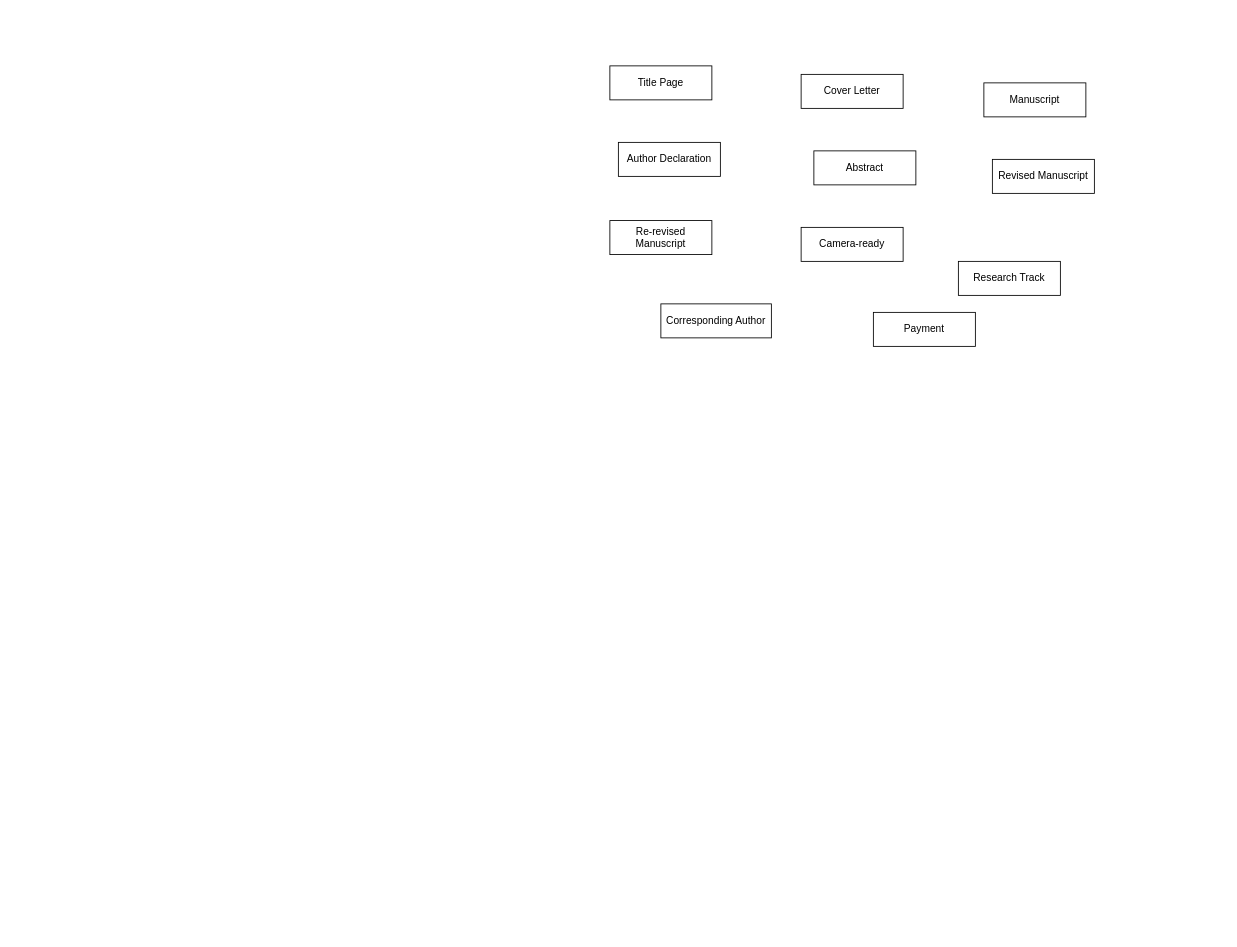
Earlier version of the draw.io diagram UML Diagram/ER Diagram/ER Diagram for Corresponding author's activities/ER Diagram for Corresponding author's activities.drawio (KavinduAmalka/Conference-Management-System). Source tidied: cells renumbered, new cells numbered last; positions are measured from the earlier drawing's top-left corner, leaving out a move shared by most shapes. Both pictures are drawn from the tidied source at 85%, with x=0, y=0 at pixel (609, 65).
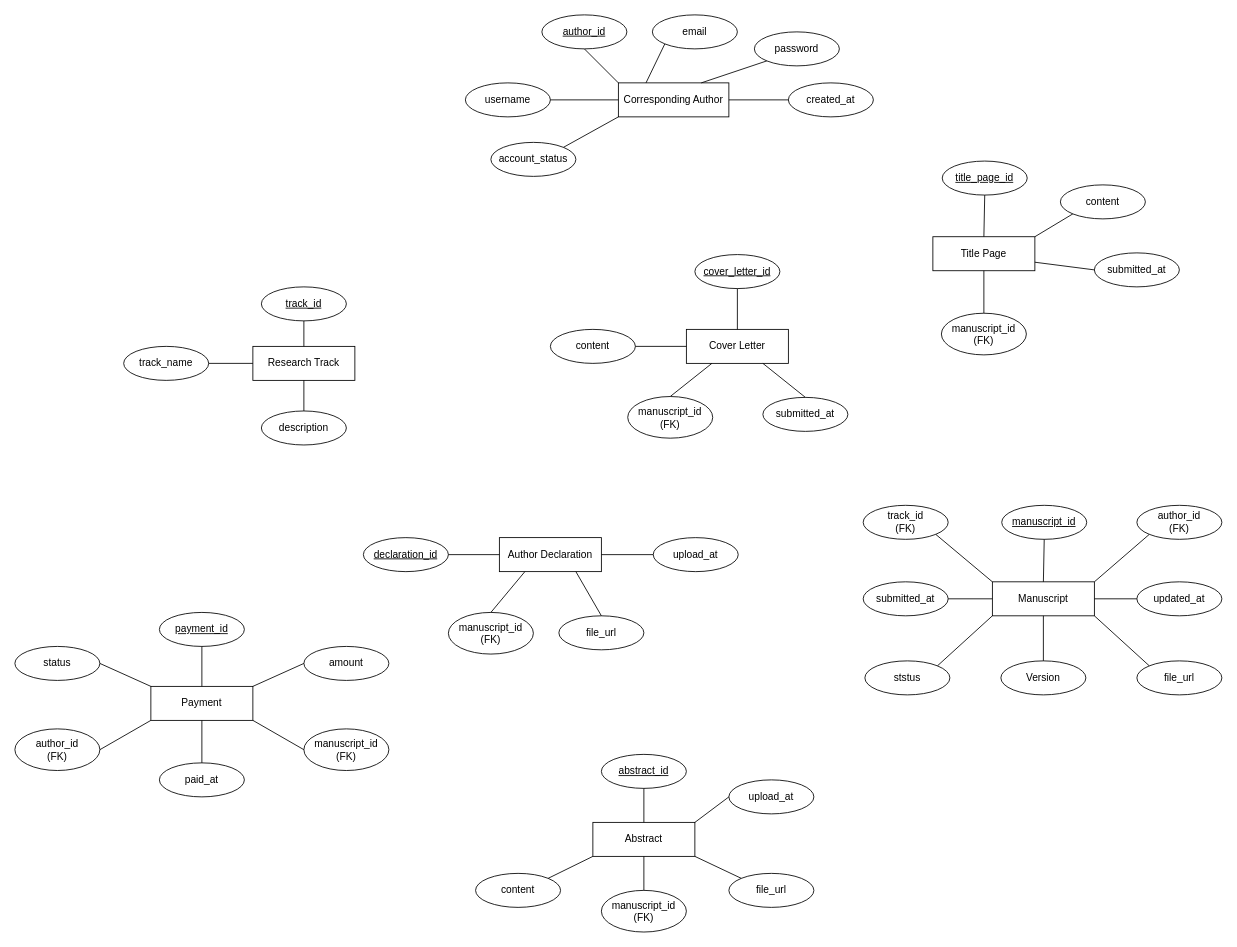
The same diagram, later.

Commit message:
Add the attributes to the entities

What changed in the source:
```diff
@@
     <mxCell id="2" value="Title Page" style="whiteSpace=wrap;html=1;align=center;" parent="1" vertex="1">
-      <mxGeometry width="120" height="40" as="geometry" />
+      <mxGeometry x="380" y="201" width="120" height="40" as="geometry" />
     </mxCell>
     <mxCell id="3" value="Cover Letter" style="whiteSpace=wrap;html=1;align=center;" parent="1" vertex="1">
-      <mxGeometry x="225" y="10" width="120" height="40" as="geometry" />
+      <mxGeometry x="90" y="310" width="120" height="40" as="geometry" />
     </mxCell>
     <mxCell id="4" value="Author Declaration" style="whiteSpace=wrap;html=1;align=center;" parent="1" vertex="1">
-      <mxGeometry x="10" y="90" width="120" height="40" as="geometry" />
+      <mxGeometry x="-130" y="555" width="120" height="40" as="geometry" />
     </mxCell>
     <mxCell id="5" value="Abstract" style="whiteSpace=wrap;html=1;align=center;" parent="1" vertex="1">
-      <mxGeometry x="240" y="100" width="120" height="40" as="geometry" />
+      <mxGeometry x="-20" y="890" width="120" height="40" as="geometry" />
     </mxCell>
     <mxCell id="6" value="Manuscript" style="whiteSpace=wrap;html=1;align=center;" parent="1" vertex="1">
-      <mxGeometry x="440" y="20" width="120" height="40" as="geometry" />
+      <mxGeometry x="450" y="607" width="120" height="40" as="geometry" />
     </mxCell>
-    <mxCell id="7" value="Revised Manuscript" style="whiteSpace=wrap;html=1;align=center;" parent="1" vertex="1">
-      <mxGeometry x="450" y="110" width="120" height="40" as="geometry" />
-    </mxCell>
-    <mxCell id="8" value="Re-revised Manuscript" style="whiteSpace=wrap;html=1;align=center;" parent="1" vertex="1">
-      <mxGeometry y="182" width="120" height="40" as="geometry" />
-    </mxCell>
-    <mxCell id="9" value="Camera-ready" style="whiteSpace=wrap;html=1;align=center;" parent="1" vertex="1">
-      <mxGeometry x="225" y="190" width="120" height="40" as="geometry" />
-    </mxCell>
     <mxCell id="10" value="Research Track" style="whiteSpace=wrap;html=1;align=center;" parent="1" vertex="1">
-      <mxGeometry x="410" y="230" width="120" height="40" as="geometry" />
+      <mxGeometry x="-420" y="330" width="120" height="40" as="geometry" />
     </mxCell>
     <mxCell id="11" value="Corresponding Author" style="whiteSpace=wrap;html=1;align=center;" parent="1" vertex="1">
-      <mxGeometry x="60" y="280" width="130" height="40" as="geometry" />
+      <mxGeometry x="10" y="20" width="130" height="40" as="geometry" />
     </mxCell>
     <mxCell id="12" value="Payment" style="whiteSpace=wrap;html=1;align=center;" parent="1" vertex="1">
-      <mxGeometry x="310" y="290" width="120" height="40" as="geometry" />
+      <mxGeometry x="-540" y="730" width="120" height="40" as="geometry" />
     </mxCell>
+    <mxCell id="13" value="author_id" style="ellipse;whiteSpace=wrap;html=1;align=center;fontStyle=4;" parent="1" vertex="1">
+      <mxGeometry x="-80" y="-60" width="100" height="40" as="geometry" />
+    </mxCell>
+    <mxCell id="14" style="endArrow=none;html=1;rounded=0;exitX=0.5;exitY=1;exitDx=0;exitDy=0;entryX=0;entryY=0;entryDx=0;entryDy=0;" parent="1" edge="1" source="13" target="11">
+      <mxGeometry relative="1" as="geometry" />
+    </mxCell>
+    <mxCell id="15" value="email" style="ellipse;whiteSpace=wrap;html=1;align=center;" parent="1" vertex="1">
+      <mxGeometry x="50" y="-60" width="100" height="40" as="geometry" />
+    </mxCell>
+    <mxCell id="16" value="password" style="ellipse;whiteSpace=wrap;html=1;align=center;" parent="1" vertex="1">
+      <mxGeometry x="170" y="-40" width="100" height="40" as="geometry" />
+    </mxCell>
+    <mxCell id="17" style="endArrow=none;html=1;rounded=0;exitX=0.25;exitY=0;exitDx=0;exitDy=0;entryX=0;entryY=1;entryDx=0;entryDy=0;" parent="1" edge="1" source="11" target="15">
+      <mxGeometry relative="1" as="geometry" />
+    </mxCell>
+    <mxCell id="18" style="endArrow=none;html=1;rounded=0;exitX=0.75;exitY=0;exitDx=0;exitDy=0;entryX=0;entryY=1;entryDx=0;entryDy=0;" parent="1" edge="1" source="11" target="16">
+      <mxGeometry relative="1" as="geometry" />
+    </mxCell>
+    <mxCell id="19" value="username" style="ellipse;whiteSpace=wrap;html=1;align=center;" parent="1" vertex="1">
+      <mxGeometry x="-170" y="20" width="100" height="40" as="geometry" />
+    </mxCell>
+    <mxCell id="20" style="endArrow=none;html=1;rounded=0;exitX=1;exitY=0.5;exitDx=0;exitDy=0;entryX=0;entryY=0.5;entryDx=0;entryDy=0;" parent="1" edge="1" source="19" target="11">
+      <mxGeometry relative="1" as="geometry" />
+    </mxCell>
+    <mxCell id="21" value="account_status" style="ellipse;whiteSpace=wrap;html=1;align=center;" parent="1" vertex="1">
+      <mxGeometry x="-140" y="90" width="100" height="40" as="geometry" />
+    </mxCell>
+    <mxCell id="22" style="endArrow=none;html=1;rounded=0;exitX=1;exitY=0;exitDx=0;exitDy=0;entryX=0;entryY=1;entryDx=0;entryDy=0;" parent="1" edge="1" source="21" target="11">
+      <mxGeometry relative="1" as="geometry" />
+    </mxCell>
+    <mxCell id="23" value="created_at" style="ellipse;whiteSpace=wrap;html=1;align=center;" parent="1" vertex="1">
+      <mxGeometry x="210" y="20" width="100" height="40" as="geometry" />
+    </mxCell>
+    <mxCell id="24" style="endArrow=none;html=1;rounded=0;exitX=1;exitY=0.5;exitDx=0;exitDy=0;entryX=0;entryY=0.5;entryDx=0;entryDy=0;" parent="1" edge="1" source="11" target="23">
+      <mxGeometry relative="1" as="geometry" />
+    </mxCell>
+    <mxCell id="25" value="title_page_id" style="ellipse;whiteSpace=wrap;html=1;align=center;fontStyle=4;" parent="1" vertex="1">
+      <mxGeometry x="391" y="112" width="100" height="40" as="geometry" />
+    </mxCell>
+    <mxCell id="26" style="endArrow=none;html=1;rounded=0;entryX=0.5;entryY=0;entryDx=0;entryDy=0;exitX=0.5;exitY=1;exitDx=0;exitDy=0;" parent="1" edge="1" source="25" target="2">
+      <mxGeometry relative="1" as="geometry" />
+    </mxCell>
+    <mxCell id="27" value="content" style="ellipse;whiteSpace=wrap;html=1;align=center;" parent="1" vertex="1">
+      <mxGeometry x="530" y="140" width="100" height="40" as="geometry" />
+    </mxCell>
+    <mxCell id="28" style="endArrow=none;html=1;rounded=0;entryX=1;entryY=0;entryDx=0;entryDy=0;exitX=0;exitY=1;exitDx=0;exitDy=0;" parent="1" edge="1" source="27" target="2">
+      <mxGeometry relative="1" as="geometry" />
+    </mxCell>
+    <mxCell id="29" value="submitted_at" style="ellipse;whiteSpace=wrap;html=1;align=center;" parent="1" vertex="1">
+      <mxGeometry x="570" y="220" width="100" height="40" as="geometry" />
+    </mxCell>
+    <mxCell id="30" style="endArrow=none;html=1;rounded=0;entryX=0;entryY=0.5;entryDx=0;entryDy=0;exitX=1;exitY=0.75;exitDx=0;exitDy=0;" parent="1" edge="1" source="2" target="29">
+      <mxGeometry relative="1" as="geometry" />
+    </mxCell>
+    <mxCell id="31" style="endArrow=none;html=1;rounded=0;entryX=0.5;entryY=0;entryDx=0;entryDy=0;exitX=0.5;exitY=1;exitDx=0;exitDy=0;" parent="1" edge="1" source="2" target="47">
+      <mxGeometry relative="1" as="geometry" />
+    </mxCell>
+    <mxCell id="32" value="cover_letter_id" style="ellipse;whiteSpace=wrap;html=1;align=center;fontStyle=4;" parent="1" vertex="1">
+      <mxGeometry x="100" y="222" width="100" height="40" as="geometry" />
+    </mxCell>
+    <mxCell id="33" style="endArrow=none;html=1;rounded=0;exitX=0.5;exitY=0;exitDx=0;exitDy=0;entryX=0.5;entryY=1;entryDx=0;entryDy=0;" parent="1" edge="1" source="3" target="32">
+      <mxGeometry relative="1" as="geometry" />
+    </mxCell>
+    <mxCell id="34" value="content" style="ellipse;whiteSpace=wrap;html=1;align=center;" parent="1" vertex="1">
+      <mxGeometry x="-70" y="310" width="100" height="40" as="geometry" />
+    </mxCell>
+    <mxCell id="35" style="endArrow=none;html=1;rounded=0;exitX=1;exitY=0.5;exitDx=0;exitDy=0;entryX=0;entryY=0.5;entryDx=0;entryDy=0;" parent="1" edge="1" source="34" target="3">
+      <mxGeometry relative="1" as="geometry" />
+    </mxCell>
+    <mxCell id="36" style="endArrow=none;html=1;rounded=0;exitX=0.25;exitY=1;exitDx=0;exitDy=0;entryX=0.5;entryY=0;entryDx=0;entryDy=0;" parent="1" edge="1" source="3" target="62">
+      <mxGeometry relative="1" as="geometry" />
+    </mxCell>
+    <mxCell id="37" value="submitted_at" style="ellipse;whiteSpace=wrap;html=1;align=center;" parent="1" vertex="1">
+      <mxGeometry x="180" y="390" width="100" height="40" as="geometry" />
+    </mxCell>
+    <mxCell id="38" style="endArrow=none;html=1;rounded=0;exitX=0.75;exitY=1;exitDx=0;exitDy=0;entryX=0.5;entryY=0;entryDx=0;entryDy=0;" parent="1" edge="1" source="3" target="37">
+      <mxGeometry relative="1" as="geometry" />
+    </mxCell>
+    <mxCell id="39" value="track_id" style="ellipse;whiteSpace=wrap;html=1;align=center;fontStyle=4;" parent="1" vertex="1">
+      <mxGeometry x="-410" y="260" width="100" height="40" as="geometry" />
+    </mxCell>
+    <mxCell id="40" value="track_name" style="ellipse;whiteSpace=wrap;html=1;align=center;" parent="1" vertex="1">
+      <mxGeometry x="-572" y="330" width="100" height="40" as="geometry" />
+    </mxCell>
+    <mxCell id="41" style="endArrow=none;html=1;rounded=0;exitX=1;exitY=0.5;exitDx=0;exitDy=0;entryX=0;entryY=0.5;entryDx=0;entryDy=0;" parent="1" edge="1" source="40" target="10">
+      <mxGeometry relative="1" as="geometry" />
+    </mxCell>
+    <mxCell id="42" style="endArrow=none;html=1;rounded=0;entryX=0.5;entryY=1;entryDx=0;entryDy=0;exitX=0.5;exitY=0;exitDx=0;exitDy=0;" parent="1" edge="1" source="10" target="39">
+      <mxGeometry relative="1" as="geometry" />
+    </mxCell>
+    <mxCell id="43" value="description" style="ellipse;whiteSpace=wrap;html=1;align=center;" parent="1" vertex="1">
+      <mxGeometry x="-410" y="406" width="100" height="40" as="geometry" />
+    </mxCell>
+    <mxCell id="44" style="endArrow=none;html=1;rounded=0;exitX=0.5;exitY=0;exitDx=0;exitDy=0;entryX=0.5;entryY=1;entryDx=0;entryDy=0;" parent="1" edge="1" source="43" target="10">
+      <mxGeometry relative="1" as="geometry" />
+    </mxCell>
+    <mxCell id="45" value="declaration_id" style="ellipse;whiteSpace=wrap;html=1;align=center;fontStyle=4;" parent="1" vertex="1">
+      <mxGeometry x="-290" y="555" width="100" height="40" as="geometry" />
+    </mxCell>
+    <mxCell id="46" style="endArrow=none;html=1;rounded=0;exitX=1;exitY=0.5;exitDx=0;exitDy=0;entryX=0;entryY=0.5;entryDx=0;entryDy=0;" parent="1" edge="1" source="45" target="4">
+      <mxGeometry relative="1" as="geometry" />
+    </mxCell>
+    <mxCell id="47" value="manuscript_id&lt;div&gt;(FK)&lt;/div&gt;" style="ellipse;whiteSpace=wrap;html=1;align=center;" parent="1" vertex="1">
+      <mxGeometry x="390" y="291" width="100" height="49" as="geometry" />
+    </mxCell>
+    <mxCell id="48" style="endArrow=none;html=1;rounded=0;exitX=0.5;exitY=0;exitDx=0;exitDy=0;entryX=0.25;entryY=1;entryDx=0;entryDy=0;" parent="1" edge="1" source="63" target="4">
+      <mxGeometry relative="1" as="geometry" />
+    </mxCell>
+    <mxCell id="49" value="file_url" style="ellipse;whiteSpace=wrap;html=1;align=center;" parent="1" vertex="1">
+      <mxGeometry x="-60" y="647" width="100" height="40" as="geometry" />
+    </mxCell>
+    <mxCell id="50" style="endArrow=none;html=1;rounded=0;entryX=0.5;entryY=0;entryDx=0;entryDy=0;exitX=0.75;exitY=1;exitDx=0;exitDy=0;" parent="1" edge="1" source="4" target="49">
+      <mxGeometry relative="1" as="geometry" />
+    </mxCell>
+    <mxCell id="51" value="upload_at" style="ellipse;whiteSpace=wrap;html=1;align=center;" parent="1" vertex="1">
+      <mxGeometry x="51" y="555" width="100" height="40" as="geometry" />
+    </mxCell>
+    <mxCell id="52" style="endArrow=none;html=1;rounded=0;entryX=0;entryY=0.5;entryDx=0;entryDy=0;exitX=1;exitY=0.5;exitDx=0;exitDy=0;" parent="1" edge="1" source="4" target="51">
+      <mxGeometry relative="1" as="geometry" />
+    </mxCell>
+    <mxCell id="53" value="file_url" style="ellipse;whiteSpace=wrap;html=1;align=center;" parent="1" vertex="1">
+      <mxGeometry x="140" y="950" width="100" height="40" as="geometry" />
+    </mxCell>
+    <mxCell id="54" value="upload_at" style="ellipse;whiteSpace=wrap;html=1;align=center;" parent="1" vertex="1">
+      <mxGeometry x="140" y="840" width="100" height="40" as="geometry" />
+    </mxCell>
+    <mxCell id="55" value="content" style="ellipse;whiteSpace=wrap;html=1;align=center;" parent="1" vertex="1">
+      <mxGeometry x="-158" y="950" width="100" height="40" as="geometry" />
+    </mxCell>
+    <mxCell id="56" value="abstract_id" style="ellipse;whiteSpace=wrap;html=1;align=center;fontStyle=4;" parent="1" vertex="1">
+      <mxGeometry x="-10" y="810" width="100" height="40" as="geometry" />
+    </mxCell>
+    <mxCell id="57" style="endArrow=none;html=1;rounded=0;entryX=0.5;entryY=0;entryDx=0;entryDy=0;exitX=0.5;exitY=1;exitDx=0;exitDy=0;" parent="1" edge="1" source="56" target="5">
+      <mxGeometry relative="1" as="geometry" />
+    </mxCell>
+    <mxCell id="58" style="endArrow=none;html=1;rounded=0;entryX=0;entryY=0.5;entryDx=0;entryDy=0;exitX=1;exitY=0;exitDx=0;exitDy=0;" parent="1" edge="1" source="5" target="54">
+      <mxGeometry relative="1" as="geometry" />
+    </mxCell>
+    <mxCell id="59" style="endArrow=none;html=1;rounded=0;entryX=0;entryY=0;entryDx=0;entryDy=0;exitX=1;exitY=1;exitDx=0;exitDy=0;" parent="1" edge="1" source="5" target="53">
+      <mxGeometry relative="1" as="geometry" />
+    </mxCell>
+    <mxCell id="60" style="endArrow=none;html=1;rounded=0;entryX=0.5;entryY=0;entryDx=0;entryDy=0;exitX=0.5;exitY=1;exitDx=0;exitDy=0;" parent="1" edge="1" source="5" target="64">
+      <mxGeometry relative="1" as="geometry" />
+    </mxCell>
+    <mxCell id="61" style="endArrow=none;html=1;rounded=0;entryX=0;entryY=1;entryDx=0;entryDy=0;exitX=1;exitY=0;exitDx=0;exitDy=0;" parent="1" edge="1" source="55" target="5">
+      <mxGeometry relative="1" as="geometry" />
+    </mxCell>
+    <mxCell id="62" value="manuscript_id&lt;div&gt;(FK)&lt;/div&gt;" style="ellipse;whiteSpace=wrap;html=1;align=center;" parent="1" vertex="1">
+      <mxGeometry x="21" y="389" width="100" height="49" as="geometry" />
+    </mxCell>
+    <mxCell id="63" value="manuscript_id&lt;div&gt;(FK)&lt;/div&gt;" style="ellipse;whiteSpace=wrap;html=1;align=center;" parent="1" vertex="1">
+      <mxGeometry x="-190" y="643" width="100" height="49" as="geometry" />
+    </mxCell>
+    <mxCell id="64" value="manuscript_id&lt;div&gt;(FK)&lt;/div&gt;" style="ellipse;whiteSpace=wrap;html=1;align=center;" parent="1" vertex="1">
+      <mxGeometry x="-10" y="970" width="100" height="49" as="geometry" />
+    </mxCell>
+    <mxCell id="65" value="payment_id" style="ellipse;whiteSpace=wrap;html=1;align=center;fontStyle=4;" parent="1" vertex="1">
+      <mxGeometry x="-530" y="643" width="100" height="40" as="geometry" />
+    </mxCell>
+    <mxCell id="66" value="&lt;div&gt;author_id&lt;/div&gt;&lt;div&gt;(FK)&lt;/div&gt;" style="ellipse;whiteSpace=wrap;html=1;align=center;" parent="1" vertex="1">
+      <mxGeometry x="-700" y="780" width="100" height="49" as="geometry" />
+    </mxCell>
+    <mxCell id="67" value="amount" style="ellipse;whiteSpace=wrap;html=1;align=center;" parent="1" vertex="1">
+      <mxGeometry x="-360" y="683" width="100" height="40" as="geometry" />
+    </mxCell>
+    <mxCell id="68" value="paid_at" style="ellipse;whiteSpace=wrap;html=1;align=center;" parent="1" vertex="1">
+      <mxGeometry x="-530" y="820" width="100" height="40" as="geometry" />
+    </mxCell>
+    <mxCell id="69" style="endArrow=none;html=1;rounded=0;exitX=0.5;exitY=1;exitDx=0;exitDy=0;entryX=0.5;entryY=0;entryDx=0;entryDy=0;" parent="1" edge="1" source="65" target="12">
+      <mxGeometry relative="1" as="geometry" />
+    </mxCell>
+    <mxCell id="70" style="endArrow=none;html=1;rounded=0;exitX=0.5;exitY=1;exitDx=0;exitDy=0;entryX=0.5;entryY=0;entryDx=0;entryDy=0;" parent="1" edge="1" source="12" target="68">
+      <mxGeometry relative="1" as="geometry" />
+    </mxCell>
+    <mxCell id="71" style="endArrow=none;html=1;rounded=0;exitX=1;exitY=0;exitDx=0;exitDy=0;entryX=0;entryY=0.5;entryDx=0;entryDy=0;" parent="1" edge="1" source="12" target="67">
+      <mxGeometry relative="1" as="geometry" />
+    </mxCell>
+    <mxCell id="72" style="endArrow=none;html=1;rounded=0;exitX=1;exitY=0.5;exitDx=0;exitDy=0;entryX=0;entryY=1;entryDx=0;entryDy=0;" parent="1" edge="1" source="66" target="12">
+      <mxGeometry relative="1" as="geometry" />
+    </mxCell>
+    <mxCell id="73" value="status" style="ellipse;whiteSpace=wrap;html=1;align=center;" parent="1" vertex="1">
+      <mxGeometry x="-700" y="683" width="100" height="40" as="geometry" />
+    </mxCell>
+    <mxCell id="74" value="manuscript_id&lt;div&gt;(FK)&lt;/div&gt;" style="ellipse;whiteSpace=wrap;html=1;align=center;" parent="1" vertex="1">
+      <mxGeometry x="-360" y="780" width="100" height="49" as="geometry" />
+    </mxCell>
+    <mxCell id="75" style="endArrow=none;html=1;rounded=0;exitX=1;exitY=1;exitDx=0;exitDy=0;entryX=0;entryY=0.5;entryDx=0;entryDy=0;" parent="1" edge="1" source="12" target="74">
+      <mxGeometry relative="1" as="geometry" />
+    </mxCell>
+    <mxCell id="76" style="endArrow=none;html=1;rounded=0;exitX=1;exitY=0.5;exitDx=0;exitDy=0;entryX=0;entryY=0;entryDx=0;entryDy=0;" parent="1" edge="1" source="73" target="12">
+      <mxGeometry relative="1" as="geometry" />
+    </mxCell>
+    <mxCell id="77" value="manuscript_id" style="ellipse;whiteSpace=wrap;html=1;align=center;fontStyle=4;" parent="1" vertex="1">
+      <mxGeometry x="461" y="517" width="100" height="40" as="geometry" />
+    </mxCell>
+    <mxCell id="78" style="endArrow=none;html=1;rounded=0;entryX=0.5;entryY=0;entryDx=0;entryDy=0;exitX=0.5;exitY=1;exitDx=0;exitDy=0;" parent="1" edge="1" source="77" target="6">
+      <mxGeometry relative="1" as="geometry" />
+    </mxCell>
+    <mxCell id="79" value="track_id&lt;div&gt;(FK)&lt;/div&gt;" style="ellipse;whiteSpace=wrap;html=1;align=center;" parent="1" vertex="1">
+      <mxGeometry x="298" y="517" width="100" height="40" as="geometry" />
+    </mxCell>
+    <mxCell id="80" value="author_id&lt;div&gt;(FK)&lt;/div&gt;" style="ellipse;whiteSpace=wrap;html=1;align=center;" parent="1" vertex="1">
+      <mxGeometry x="620" y="517" width="100" height="40" as="geometry" />
+    </mxCell>
+    <mxCell id="81" value="Version" style="ellipse;whiteSpace=wrap;html=1;align=center;" parent="1" vertex="1">
+      <mxGeometry x="460" y="700" width="100" height="40" as="geometry" />
+    </mxCell>
+    <mxCell id="82" value="file_url" style="ellipse;whiteSpace=wrap;html=1;align=center;" parent="1" vertex="1">
+      <mxGeometry x="620" y="700" width="100" height="40" as="geometry" />
+    </mxCell>
+    <mxCell id="83" value="ststus" style="ellipse;whiteSpace=wrap;html=1;align=center;" parent="1" vertex="1">
+      <mxGeometry x="300" y="700" width="100" height="40" as="geometry" />
+    </mxCell>
+    <mxCell id="84" value="submitted_at" style="ellipse;whiteSpace=wrap;html=1;align=center;" parent="1" vertex="1">
+      <mxGeometry x="298" y="607" width="100" height="40" as="geometry" />
+    </mxCell>
+    <mxCell id="85" value="updated_at" style="ellipse;whiteSpace=wrap;html=1;align=center;" parent="1" vertex="1">
+      <mxGeometry x="620" y="607" width="100" height="40" as="geometry" />
+    </mxCell>
+    <mxCell id="86" style="endArrow=none;html=1;rounded=0;entryX=0.5;entryY=1;entryDx=0;entryDy=0;exitX=0.5;exitY=0;exitDx=0;exitDy=0;" parent="1" edge="1" source="81" target="6">
+      <mxGeometry relative="1" as="geometry" />
+    </mxCell>
+    <mxCell id="87" style="endArrow=none;html=1;rounded=0;entryX=0;entryY=0.5;entryDx=0;entryDy=0;exitX=1;exitY=0.5;exitDx=0;exitDy=0;" parent="1" edge="1" source="84" target="6">
+      <mxGeometry relative="1" as="geometry" />
+    </mxCell>
+    <mxCell id="88" style="endArrow=none;html=1;rounded=0;entryX=0;entryY=0.5;entryDx=0;entryDy=0;exitX=1;exitY=0.5;exitDx=0;exitDy=0;" parent="1" edge="1" source="6" target="85">
+      <mxGeometry relative="1" as="geometry" />
+    </mxCell>
+    <mxCell id="89" style="endArrow=none;html=1;rounded=0;entryX=0;entryY=0;entryDx=0;entryDy=0;exitX=1;exitY=1;exitDx=0;exitDy=0;" parent="1" edge="1" source="79" target="6">
+      <mxGeometry relative="1" as="geometry" />
+    </mxCell>
+    <mxCell id="90" style="endArrow=none;html=1;rounded=0;entryX=0;entryY=1;entryDx=0;entryDy=0;exitX=1;exitY=0;exitDx=0;exitDy=0;" parent="1" edge="1" source="6" target="80">
+      <mxGeometry relative="1" as="geometry" />
+    </mxCell>
+    <mxCell id="91" style="endArrow=none;html=1;rounded=0;entryX=0;entryY=1;entryDx=0;entryDy=0;exitX=1;exitY=0;exitDx=0;exitDy=0;" parent="1" edge="1" source="83" target="6">
+      <mxGeometry relative="1" as="geometry" />
+    </mxCell>
+    <mxCell id="92" style="endArrow=none;html=1;rounded=0;entryX=0;entryY=0;entryDx=0;entryDy=0;exitX=1;exitY=1;exitDx=0;exitDy=0;" parent="1" edge="1" source="6" target="82">
+      <mxGeometry relative="1" as="geometry" />
+    </mxCell>
```
